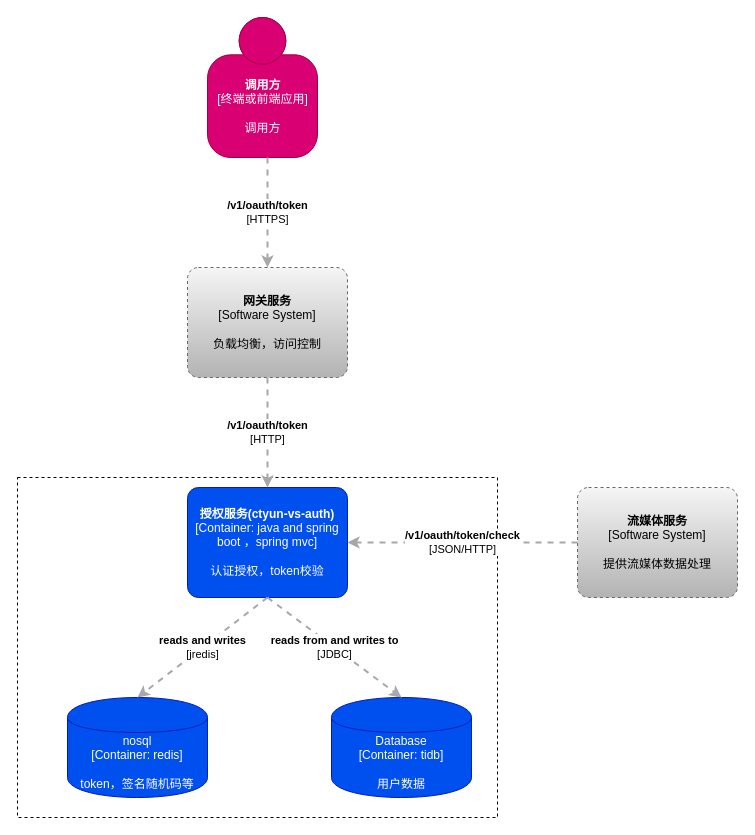
Above: 视频云/天翼看家/调度服务.drawio in damozhiying/draw.io (draw.io), before the change. Source tidied: cells renumbered, new cells numbered last; positions are measured from the earlier drawing's top-left corner, leaving out a move shared by most shapes. Both pictures are drawn from the tidied source at 100%, with x=0, y=0 at pixel (17, 17).
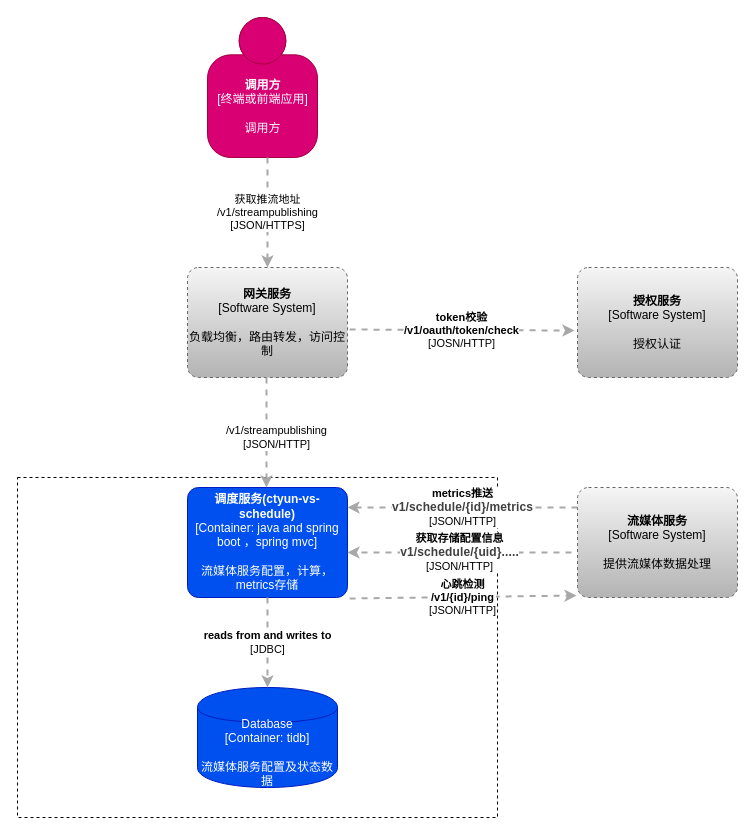
Above is the later version.

Commit message:
更新调度服务.drawio

Unchanged cells that the change refers to:
```xml
<mxCell id="9" value="&lt;b&gt;流媒体服务&lt;/b&gt;&lt;br&gt;&lt;div&gt;[Software System]&lt;/div&gt;&lt;br&gt;&lt;div&gt;提供流媒体数据处理&lt;/div&gt;" style="rounded=1;whiteSpace=wrap;html=1;labelBackgroundColor=none;fillColor=#f5f5f5;align=center;arcSize=10;strokeColor=#666666;points=[[0.25,0,0],[0.5,0,0],[0.75,0,0],[1,0.25,0],[1,0.5,0],[1,0.75,0],[0.75,1,0],[0.5,1,0],[0.25,1,0],[0,0.75,0],[0,0.5,0],[0,0.25,0]];dashed=1;gradientColor=#b3b3b3;" parent="1" vertex="1">
  <mxGeometry x="560" y="470" width="160" height="110" as="geometry" />
</mxCell>
```

Diff of the diagram source:
```diff
@@
-    <mxCell id="3" value="&lt;span&gt;Database&lt;/span&gt;&lt;div&gt;[Container: tidb]&lt;/div&gt;&lt;br&gt;&lt;div&gt;用户数据&lt;/div&gt;" style="shape=cylinder;whiteSpace=wrap;html=1;boundedLbl=1;rounded=0;labelBackgroundColor=none;fillColor=#0050ef;fontSize=12;fontColor=#ffffff;align=center;strokeColor=#001DBC;points=[[0.5,0,0],[1,0.25,0],[1,0.5,0],[1,0.75,0],[0.5,1,0],[0,0.75,0],[0,0.5,0],[0,0.25,0]];" parent="1" vertex="1">
-      <mxGeometry x="314" y="680" width="140" height="100" as="geometry" />
-    </mxCell>
-    <mxCell id="4" value="&lt;b&gt;授权服务(ctyun-vs-auth)&lt;/b&gt;&lt;br&gt;&lt;div&gt;[Container:&amp;nbsp;&lt;span&gt;java and spring boot ，spring mvc&lt;/span&gt;&lt;span&gt;]&lt;/span&gt;&lt;/div&gt;&lt;br&gt;&lt;div&gt;认证授权，token校验&lt;/div&gt;" style="rounded=1;whiteSpace=wrap;html=1;labelBackgroundColor=none;fillColor=#0050ef;align=center;arcSize=10;strokeColor=#001DBC;points=[[0.25,0,0],[0.5,0,0],[0.75,0,0],[1,0.25,0],[1,0.5,0],[1,0.75,0],[0.75,1,0],[0.5,1,0],[0.25,1,0],[0,0.75,0],[0,0.5,0],[0,0.25,0]];fontColor=#ffffff;" parent="1" vertex="1">
-      <mxGeometry x="170" y="470" width="160" height="110" as="geometry" />
-    </mxCell>
+    <mxCell id="14" value="&lt;span&gt;Database&lt;/span&gt;&lt;div&gt;[Container: tidb]&lt;/div&gt;&lt;br&gt;&lt;div&gt;流媒体服务配置及状态数据&lt;/div&gt;" style="shape=cylinder;whiteSpace=wrap;html=1;boundedLbl=1;rounded=0;labelBackgroundColor=none;fillColor=#0050ef;fontSize=12;fontColor=#ffffff;align=center;strokeColor=#001DBC;points=[[0.5,0,0],[1,0.25,0],[1,0.5,0],[1,0.75,0],[0.5,1,0],[0,0.75,0],[0,0.5,0],[0,0.25,0]];" parent="1" vertex="1">
+      <mxGeometry x="180" y="670" width="140" height="100" as="geometry" />
+    </mxCell>
+    <mxCell id="15" value="&lt;b&gt;调度服务(ctyun-vs-schedule)&lt;/b&gt;&lt;br&gt;&lt;div&gt;[Container:&amp;nbsp;&lt;span&gt;java and spring boot ，spring mvc&lt;/span&gt;&lt;span&gt;]&lt;/span&gt;&lt;/div&gt;&lt;br&gt;&lt;div&gt;流媒体服务配置，计算，metrics存储&lt;/div&gt;" style="rounded=1;whiteSpace=wrap;html=1;labelBackgroundColor=none;fillColor=#0050ef;align=center;arcSize=10;strokeColor=#001DBC;points=[[0.25,0,0],[0.5,0,0],[0.75,0,0],[1,0.25,0],[1,0.5,0],[1,0.75,0],[0.75,1,0],[0.5,1,0],[0.25,1,0],[0,0.75,0],[0,0.5,0],[0,0.25,0]];fontColor=#ffffff;" parent="1" vertex="1">
+      <mxGeometry x="170" y="470" width="160" height="110" as="geometry" />
+    </mxCell>
@@
-    <mxCell id="6" value="&lt;span&gt;nosql&lt;/span&gt;&lt;div&gt;[Container: redis]&lt;/div&gt;&lt;br&gt;&lt;div&gt;token，签名随机码等&lt;/div&gt;" style="shape=cylinder;whiteSpace=wrap;html=1;boundedLbl=1;rounded=0;labelBackgroundColor=none;fillColor=#0050ef;fontSize=12;fontColor=#ffffff;align=center;strokeColor=#001DBC;points=[[0.5,0,0],[1,0.25,0],[1,0.5,0],[1,0.75,0],[0.5,1,0],[0,0.75,0],[0,0.5,0],[0,0.25,0]];" parent="1" vertex="1">
-      <mxGeometry x="50" y="680" width="140" height="100" as="geometry" />
-    </mxCell>
-    <mxCell id="7" value="&lt;div style=&quot;text-align: left&quot;&gt;&lt;div style=&quot;text-align: center&quot;&gt;&lt;b&gt;reads from and writes to&lt;/b&gt;&lt;/div&gt;&lt;div style=&quot;text-align: center&quot;&gt;[JDBC]&lt;/div&gt;&lt;/div&gt;" style="edgeStyle=none;rounded=0;html=1;jettySize=auto;strokeColor=#A8A8A8;strokeWidth=2;fontColor=#000000;jumpStyle=none;dashed=1;entryX=0.5;entryY=0;entryDx=0;entryDy=0;entryPerimeter=0;exitX=0.5;exitY=1;exitDx=0;exitDy=0;exitPerimeter=0;" parent="1" edge="1" source="4" target="3">
+    <mxCell id="7" value="&lt;div style=&quot;text-align: left&quot;&gt;&lt;div style=&quot;text-align: center&quot;&gt;&lt;b&gt;reads from and writes to&lt;/b&gt;&lt;/div&gt;&lt;div style=&quot;text-align: center&quot;&gt;[JDBC]&lt;/div&gt;&lt;/div&gt;" style="edgeStyle=none;rounded=0;html=1;jettySize=auto;strokeColor=#A8A8A8;strokeWidth=2;fontColor=#000000;jumpStyle=none;dashed=1;entryX=0.5;entryY=0;entryDx=0;entryDy=0;entryPerimeter=0;exitX=0.5;exitY=1;exitDx=0;exitDy=0;exitPerimeter=0;" parent="1" edge="1" source="15" target="14">
       <mxGeometry relative="1" as="geometry" />
     </mxCell>
-    <mxCell id="8" value="&lt;div style=&quot;text-align: left&quot;&gt;&lt;div style=&quot;text-align: center&quot;&gt;&lt;b&gt;reads and writes&lt;/b&gt;&lt;/div&gt;&lt;div style=&quot;text-align: center&quot;&gt;[jredis]&lt;/div&gt;&lt;/div&gt;" style="edgeStyle=none;rounded=0;html=1;entryX=0.5;entryY=0;jettySize=auto;strokeColor=#A8A8A8;strokeWidth=2;fontColor=#000000;jumpStyle=none;dashed=1;exitX=0.5;exitY=1;exitDx=0;exitDy=0;exitPerimeter=0;entryDx=0;entryDy=0;entryPerimeter=0;" parent="1" edge="1" source="4" target="6">
-      <mxGeometry relative="1" as="geometry" />
-    </mxCell>
@@
-    <mxCell id="10" value="&lt;div style=&quot;text-align: left&quot;&gt;&lt;div style=&quot;text-align: center&quot;&gt;&lt;span style=&quot;font-size: 11px&quot;&gt;&lt;b&gt;/v1/oauth/token/check&lt;/b&gt;&lt;/span&gt;&lt;br&gt;&lt;/div&gt;&lt;div style=&quot;text-align: center&quot;&gt;[JSON/HTTP]&lt;/div&gt;&lt;/div&gt;" style="edgeStyle=none;rounded=0;html=1;jettySize=auto;strokeColor=#A8A8A8;strokeWidth=2;fontColor=#000000;jumpStyle=none;dashed=1;exitX=0;exitY=0.5;exitDx=0;exitDy=0;exitPerimeter=0;entryX=1;entryY=0.5;entryDx=0;entryDy=0;entryPerimeter=0;" parent="1" edge="1" source="9" target="4">
-      <mxGeometry relative="1" as="geometry" />
-    </mxCell>
-    <mxCell id="11" value="&lt;b&gt;网关服务&lt;/b&gt;&lt;br&gt;&lt;div&gt;[Software System]&lt;/div&gt;&lt;br&gt;&lt;div&gt;负载均衡，访问控制&lt;/div&gt;" style="rounded=1;whiteSpace=wrap;html=1;labelBackgroundColor=none;fillColor=#f5f5f5;align=center;arcSize=10;strokeColor=#666666;points=[[0.25,0,0],[0.5,0,0],[0.75,0,0],[1,0.25,0],[1,0.5,0],[1,0.75,0],[0.75,1,0],[0.5,1,0],[0.25,1,0],[0,0.75,0],[0,0.5,0],[0,0.25,0]];dashed=1;gradientColor=#b3b3b3;" parent="1" vertex="1">
-      <mxGeometry x="170" y="250" width="160" height="110" as="geometry" />
-    </mxCell>
-    <mxCell id="12" value="&lt;div style=&quot;text-align: left&quot;&gt;&lt;div style=&quot;text-align: center&quot;&gt;&lt;span style=&quot;font-size: 11px&quot;&gt;&lt;b&gt;/v1/oauth/token&lt;/b&gt;&lt;/span&gt;&lt;br&gt;&lt;/div&gt;&lt;div style=&quot;text-align: center&quot;&gt;[HTTPS]&lt;/div&gt;&lt;/div&gt;" style="edgeStyle=none;rounded=0;html=1;entryX=0.5;entryY=0;jettySize=auto;strokeColor=#A8A8A8;strokeWidth=2;fontColor=#000000;jumpStyle=none;dashed=1;entryDx=0;entryDy=0;entryPerimeter=0;" parent="1" edge="1" target="11">
-      <mxGeometry relative="1" as="geometry">
-        <mxPoint x="250" y="140" as="sourcePoint" />
-      </mxGeometry>
-    </mxCell>
-    <mxCell id="13" value="&lt;div style=&quot;text-align: left&quot;&gt;&lt;div style=&quot;text-align: center&quot;&gt;&lt;b&gt;/v1/oauth/token&lt;/b&gt;&lt;br&gt;&lt;/div&gt;&lt;div style=&quot;text-align: center&quot;&gt;[HTTP]&lt;/div&gt;&lt;/div&gt;" style="edgeStyle=none;rounded=0;html=1;jettySize=auto;strokeColor=#A8A8A8;strokeWidth=2;fontColor=#000000;jumpStyle=none;dashed=1;exitX=0.5;exitY=1;exitDx=0;exitDy=0;exitPerimeter=0;" parent="1" edge="1" source="11" target="4">
-      <mxGeometry relative="1" as="geometry" />
-    </mxCell>
+    <mxCell id="16" value="&lt;div style=&quot;text-align: left&quot;&gt;&lt;div style=&quot;text-align: center&quot;&gt;&lt;b&gt;metrics推送&lt;/b&gt;&lt;/div&gt;&lt;div style=&quot;text-align: center&quot;&gt;&lt;span style=&quot;text-align: left ; letter-spacing: 0.12px&quot;&gt;&lt;font color=&quot;#404040&quot; style=&quot;font-size: 12px&quot;&gt;&lt;b&gt;v1/schedule/{id}/metrics&lt;/b&gt;&lt;/font&gt;&lt;/span&gt;&lt;/div&gt;&lt;div style=&quot;text-align: center&quot;&gt;[JSON/HTTP]&lt;br&gt;&lt;/div&gt;&lt;/div&gt;" style="edgeStyle=none;rounded=0;html=1;jettySize=auto;orthogonalLoop=1;strokeColor=#A8A8A8;strokeWidth=2;fontColor=#000000;jumpStyle=none;dashed=1;exitX=0;exitY=0.5;exitDx=0;exitDy=0;exitPerimeter=0;entryX=1;entryY=0.5;entryDx=0;entryDy=0;entryPerimeter=0;" parent="1" edge="1">
+      <mxGeometry relative="1" as="geometry">
+        <mxPoint x="560" y="490" as="sourcePoint" />
+        <mxPoint x="330" y="490" as="targetPoint" />
+      </mxGeometry>
+    </mxCell>
+    <mxCell id="17" value="&lt;b&gt;网关服务&lt;/b&gt;&lt;br&gt;&lt;div&gt;[Software System]&lt;/div&gt;&lt;br&gt;&lt;div&gt;负载均衡，路由转发，访问控制&lt;/div&gt;" style="rounded=1;whiteSpace=wrap;html=1;labelBackgroundColor=none;fillColor=#f5f5f5;align=center;arcSize=10;strokeColor=#666666;points=[[0.25,0,0],[0.5,0,0],[0.75,0,0],[1,0.25,0],[1,0.5,0],[1,0.75,0],[0.75,1,0],[0.5,1,0],[0.25,1,0],[0,0.75,0],[0,0.5,0],[0,0.25,0]];dashed=1;gradientColor=#b3b3b3;" parent="1" vertex="1">
+      <mxGeometry x="170" y="250" width="160" height="110" as="geometry" />
+    </mxCell>
+    <mxCell id="18" value="&lt;div style=&quot;text-align: left&quot;&gt;&lt;div style=&quot;text-align: center&quot;&gt;&lt;div&gt;获取推流地址&lt;/div&gt;&lt;div&gt;/v1/streampublishing&lt;/div&gt;&lt;/div&gt;&lt;div style=&quot;text-align: center&quot;&gt;[JSON/HTTPS]&lt;/div&gt;&lt;/div&gt;" style="edgeStyle=none;rounded=0;html=1;entryX=0.5;entryY=0;jettySize=auto;strokeColor=#A8A8A8;strokeWidth=2;fontColor=#000000;jumpStyle=none;dashed=1;entryDx=0;entryDy=0;entryPerimeter=0;" parent="1" edge="1" target="17">
+      <mxGeometry relative="1" as="geometry">
+        <mxPoint x="250" y="140" as="sourcePoint" />
+      </mxGeometry>
+    </mxCell>
+    <mxCell id="19" value="&lt;div style=&quot;text-align: left&quot;&gt;&lt;div style=&quot;text-align: center&quot;&gt;/v1/streampublishing&lt;br&gt;&lt;/div&gt;&lt;div style=&quot;text-align: center&quot;&gt;[JSON/HTTP]&lt;/div&gt;&lt;/div&gt;" style="edgeStyle=none;rounded=0;html=1;jettySize=auto;orthogonalLoop=1;strokeColor=#A8A8A8;strokeWidth=2;fontColor=#000000;jumpStyle=none;dashed=1;exitX=0.5;exitY=1;exitDx=0;exitDy=0;exitPerimeter=0;" parent="1" edge="1">
+      <mxGeometry x="0.09" y="10" relative="1" as="geometry">
+        <mxPoint x="249" y="360" as="sourcePoint" />
+        <mxPoint x="249" y="470" as="targetPoint" />
+      </mxGeometry>
+    </mxCell>
+    <mxCell id="20" value="&lt;b&gt;授权服务&lt;/b&gt;&lt;br&gt;&lt;div&gt;[Software System]&lt;/div&gt;&lt;br&gt;&lt;div&gt;授权认证&lt;/div&gt;" style="rounded=1;whiteSpace=wrap;html=1;labelBackgroundColor=none;fillColor=#f5f5f5;align=center;arcSize=10;strokeColor=#666666;points=[[0.25,0,0],[0.5,0,0],[0.75,0,0],[1,0.25,0],[1,0.5,0],[1,0.75,0],[0.75,1,0],[0.5,1,0],[0.25,1,0],[0,0.75,0],[0,0.5,0],[0,0.25,0]];dashed=1;gradientColor=#b3b3b3;" parent="1" vertex="1">
+      <mxGeometry x="560" y="250" width="160" height="110" as="geometry" />
+    </mxCell>
+    <mxCell id="21" value="&lt;div style=&quot;text-align: left&quot;&gt;&lt;div style=&quot;text-align: center&quot;&gt;&lt;span style=&quot;text-align: left ; font-size: 11px&quot;&gt;&lt;b&gt;token校验&lt;/b&gt;&lt;/span&gt;&lt;/div&gt;&lt;div style=&quot;text-align: center&quot;&gt;&lt;span style=&quot;font-size: 11px&quot;&gt;&lt;b&gt;/v1/oauth/token/check&lt;/b&gt;&lt;/span&gt;&lt;br&gt;&lt;/div&gt;&lt;div style=&quot;text-align: center&quot;&gt;[JOSN/HTTP]&lt;/div&gt;&lt;/div&gt;" style="edgeStyle=none;rounded=0;html=1;entryX=-0.019;entryY=0.573;jettySize=auto;strokeColor=#A8A8A8;strokeWidth=2;fontColor=#000000;jumpStyle=none;dashed=1;exitX=1.013;exitY=0.564;exitDx=0;exitDy=0;exitPerimeter=0;entryDx=0;entryDy=0;entryPerimeter=0;" parent="1" edge="1" source="17" target="20">
+      <mxGeometry relative="1" as="geometry" />
+    </mxCell>
+    <mxCell id="22" value="&lt;div style=&quot;text-align: left&quot;&gt;&lt;div style=&quot;text-align: center&quot;&gt;&lt;b&gt;获取存储配置信息&lt;/b&gt;&lt;/div&gt;&lt;div style=&quot;text-align: center&quot;&gt;&lt;span style=&quot;text-align: left ; letter-spacing: 0.12px&quot;&gt;&lt;font color=&quot;#404040&quot; style=&quot;font-size: 12px&quot;&gt;&lt;b&gt;v1/schedule/{uid}.....&lt;/b&gt;&lt;/font&gt;&lt;/span&gt;&lt;/div&gt;&lt;div style=&quot;text-align: center&quot;&gt;[JSON/HTTP]&lt;br&gt;&lt;/div&gt;&lt;/div&gt;" style="edgeStyle=none;rounded=0;html=1;jettySize=auto;orthogonalLoop=1;strokeColor=#A8A8A8;strokeWidth=2;fontColor=#000000;jumpStyle=none;dashed=1;exitX=0;exitY=0.5;exitDx=0;exitDy=0;exitPerimeter=0;" parent="1" edge="1">
+      <mxGeometry relative="1" as="geometry">
+        <mxPoint x="554" y="535" as="sourcePoint" />
+        <mxPoint x="330" y="535" as="targetPoint" />
+      </mxGeometry>
+    </mxCell>
+    <mxCell id="23" value="&lt;div style=&quot;text-align: left&quot;&gt;&lt;div style=&quot;text-align: center&quot;&gt;&lt;b&gt;心跳检测&lt;/b&gt;&lt;/div&gt;&lt;div style=&quot;text-align: center&quot;&gt;&lt;b&gt;/v1/{id}/ping&lt;/b&gt;&lt;/div&gt;&lt;div style=&quot;text-align: center&quot;&gt;[JSON/HTTP]&lt;/div&gt;&lt;/div&gt;" style="edgeStyle=none;rounded=0;html=1;entryX=-0.006;entryY=0.9;jettySize=auto;orthogonalLoop=1;strokeColor=#A8A8A8;strokeWidth=2;fontColor=#000000;jumpStyle=none;dashed=1;exitX=1.013;exitY=0.927;exitDx=0;exitDy=0;exitPerimeter=0;entryDx=0;entryDy=0;entryPerimeter=0;" parent="1" edge="1">
+      <mxGeometry relative="1" as="geometry">
+        <mxPoint x="332.1" y="581" as="sourcePoint" />
+        <mxPoint x="559" y="578" as="targetPoint" />
+      </mxGeometry>
+    </mxCell>
```
